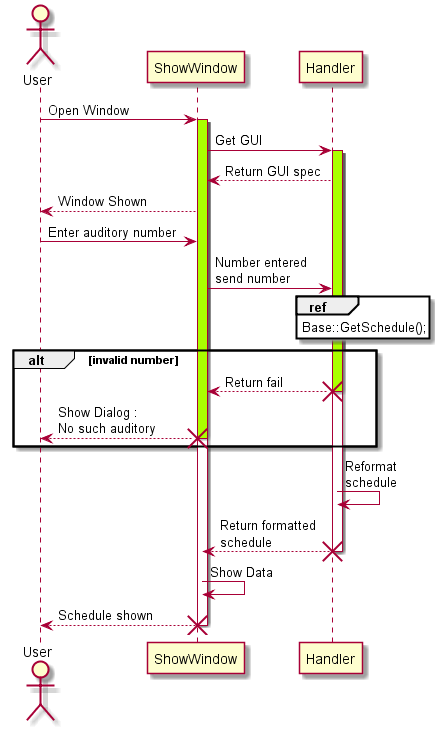
Before: plantuml/gui/sequense/show_schedule/show_schedule.png, a diagram exported from PlantUML (Igor-Sergieiev/DB_Project).
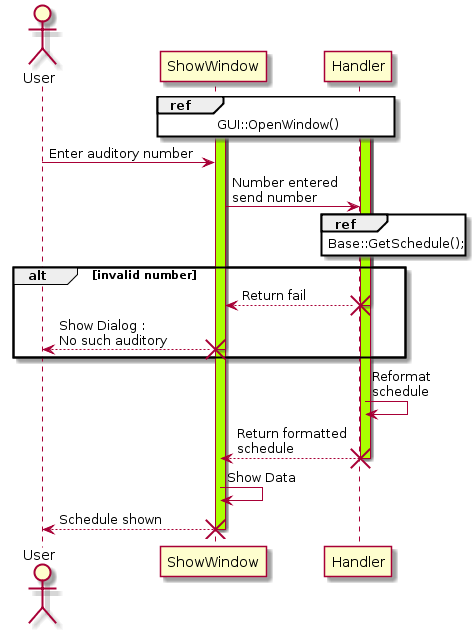
Later version of the same file.

What changed in the source:
```diff
@@ -1,17 +1,16 @@
 @startuml
-
 actor User
 
-User -> ShowWindow : Open Window
+ref over ShowWindow, Handler: GUI::OpenWindow()
 activate ShowWindow
 activate ShowWindow #aaff00
-ShowWindow -> Handler : Get GUI
+
 activate Handler
 activate Handler #aaff00
-Handler --> ShowWindow : Return GUI spec
-ShowWindow --> User : Window Shown
+
 
 User -> ShowWindow : Enter auditory number
+
 ShowWindow -> Handler : Number entered\nsend number
 ref over Handler : Base::GetSchedule();
 alt invalid number
@@ -26,5 +25,4 @@
 ShowWindow -> ShowWindow : Show Data
 ShowWindow --> User : Schedule shown
 destroy ShowWindow
-
 @enduml
```
